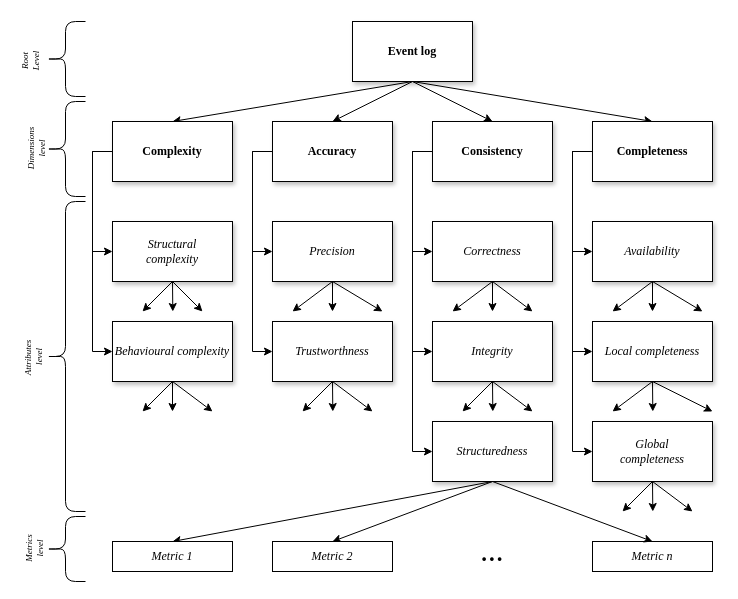
Before: img/Chapter1/Event_Log_Model/Event_Log_Model.drawio in CorrieScheepers/Masters, a draw.io diagram. Source tidied: cells renumbered, new cells numbered last; positions are measured from the earlier drawing's top-left corner, leaving out a move shared by most shapes. Both pictures are drawn from the tidied source at 100%, with x=0, y=0 at pixel (-3, 21).
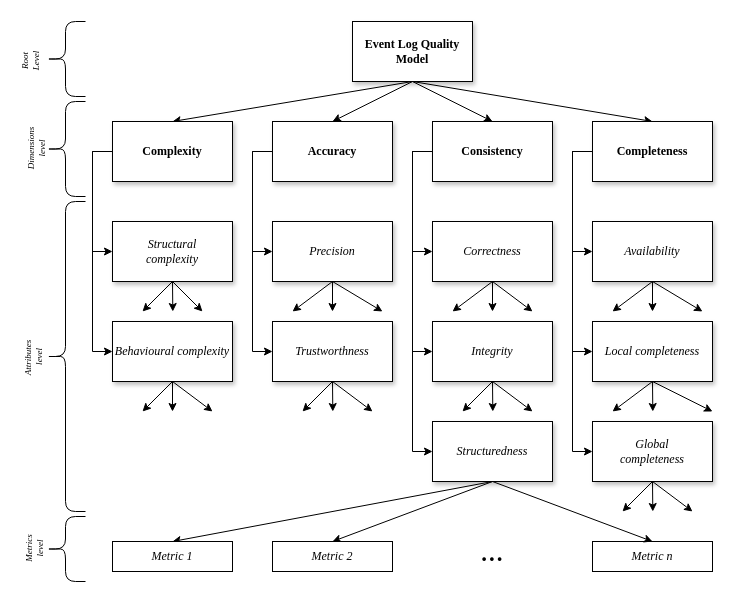
The same page after the edit.

What changed in the source:
```diff
@@
-    <mxCell id="6" value="&lt;b&gt;Event log&lt;/b&gt;" style="rounded=0;whiteSpace=wrap;html=1;gradientColor=none;shadow=1;fontFamily=Times New Roman;" parent="1" vertex="1">
+    <mxCell id="6" value="&lt;b&gt;Event Log Quality Model&lt;/b&gt;" style="rounded=0;whiteSpace=wrap;html=1;gradientColor=none;shadow=1;fontFamily=Times New Roman;" parent="1" vertex="1">
       <mxGeometry x="355" width="120" height="60" as="geometry" />
     </mxCell>
```
